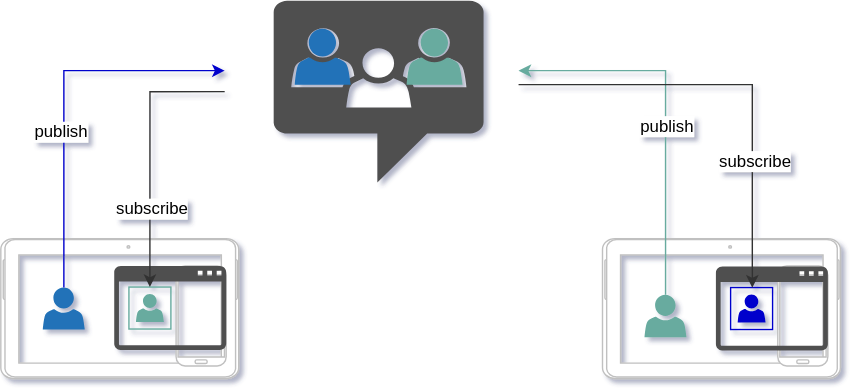
Before: src/assets/apirtc_conversation_subscribe.svg, a diagram exported from draw.io (kmoyse-apizee/apizee). Source tidied: cells renumbered, new cells last; positions are measured from the earlier drawing's top-left corner, leaving out a move shared by most shapes.
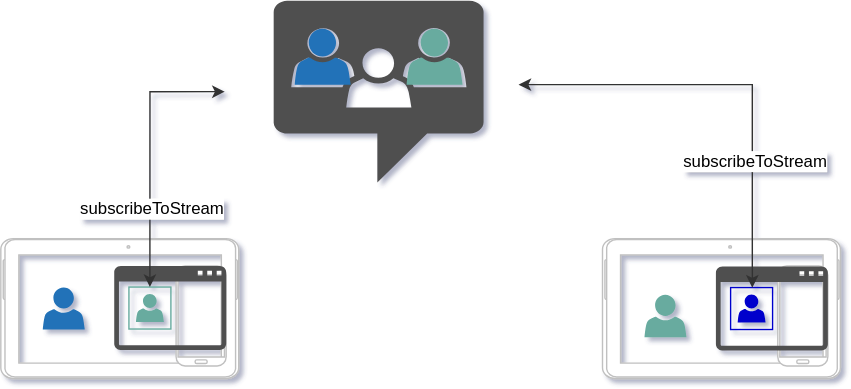
The same file after the commit.

Diff of the diagram source:
```diff
@@ -26,83 +26,58 @@
     <mxCell id="9" style="whiteSpace=wrap;html=1;labelBackgroundColor=none;fontColor=#FFFFFF;strokeColor=#67AB9F;fillColor=none;" parent="6" vertex="1">
       <mxGeometry x="10.5" y="15" width="30" height="30" as="geometry" />
     </mxCell>
-    <mxCell id="10" style="edgeStyle=orthogonalEdgeStyle;rounded=0;jettySize=auto;html=1;strokeColor=#0000CC;" parent="1" edge="1" source="5">
-      <mxGeometry relative="1" as="geometry">
-        <mxPoint x="160" y="50" as="targetPoint" />
-        <Array as="points">
-          <mxPoint x="45" y="50" />
-        </Array>
-      </mxGeometry>
+    <mxCell id="10" style="shadow=0;dashed=0;html=1;strokeColor=none;fillColor=#505050;labelPosition=center;verticalLabelPosition=bottom;verticalAlign=top;align=center;shape=mxgraph.office.communications.chat_room;" parent="1" vertex="1">
+      <mxGeometry x="195" width="150" height="130" as="geometry" />
     </mxCell>
-    <mxCell id="11" value="&lt;span style=&quot;font-size: 12px&quot;&gt;publish&lt;/span&gt;" style="edgeLabel;html=1;align=center;verticalAlign=middle;" parent="10" vertex="1">
-      <mxGeometry x="-0.17" y="3" relative="1" as="geometry" />
+    <mxCell id="11" style="shadow=0;dashed=0;html=1;strokeColor=none;labelPosition=center;verticalLabelPosition=bottom;verticalAlign=top;align=center;shape=mxgraph.office.users.user;fillColor=#2072B8;" parent="1" vertex="1">
+      <mxGeometry x="210" y="20" width="40" height="40" as="geometry" />
     </mxCell>
-    <mxCell id="12" style="shadow=0;dashed=0;html=1;strokeColor=none;fillColor=#505050;labelPosition=center;verticalLabelPosition=bottom;verticalAlign=top;align=center;shape=mxgraph.office.communications.chat_room;" parent="1" vertex="1">
-      <mxGeometry x="195" width="150" height="130" as="geometry" />
+    <mxCell id="12" style="shadow=0;dashed=0;html=1;strokeColor=none;labelPosition=center;verticalLabelPosition=bottom;verticalAlign=top;align=center;shape=mxgraph.office.users.user;fillColor=#67AB9F;" parent="1" vertex="1">
+      <mxGeometry x="290" y="20" width="40" height="40" as="geometry" />
     </mxCell>
-    <mxCell id="13" style="shadow=0;dashed=0;html=1;strokeColor=none;labelPosition=center;verticalLabelPosition=bottom;verticalAlign=top;align=center;shape=mxgraph.office.users.user;fillColor=#2072B8;" parent="1" vertex="1">
-      <mxGeometry x="210" y="20" width="40" height="40" as="geometry" />
+    <mxCell id="13" style="edgeStyle=orthogonalEdgeStyle;rounded=0;jettySize=auto;html=1;strokeColor=#333333;entryX=0.5;entryY=0;entryDx=0;entryDy=0;startArrow=classic;startFill=1;" parent="1" edge="1" target="9">
+      <mxGeometry relative="1" as="geometry">
+        <mxPoint x="160" y="65" as="sourcePoint" />
+        <Array as="points">
+          <mxPoint x="107" y="65" />
+        </Array>
+      </mxGeometry>
     </mxCell>
-    <mxCell id="14" style="shadow=0;dashed=0;html=1;strokeColor=none;labelPosition=center;verticalLabelPosition=bottom;verticalAlign=top;align=center;shape=mxgraph.office.users.user;fillColor=#67AB9F;" parent="1" vertex="1">
-      <mxGeometry x="290" y="20" width="40" height="40" as="geometry" />
+    <mxCell id="14" value="&lt;font style=&quot;font-size: 12px&quot;&gt;subscribeToStream&lt;/font&gt;" style="edgeLabel;html=1;align=center;verticalAlign=middle;" parent="13" vertex="1">
+      <mxGeometry x="0.42" y="1" relative="1" as="geometry" />
     </mxCell>
-    <mxCell id="15" style="edgeStyle=orthogonalEdgeStyle;rounded=0;jettySize=auto;html=1;strokeColor=#333333;entryX=0.5;entryY=0;entryDx=0;entryDy=0;" parent="1" edge="1" target="9">
-      <mxGeometry relative="1" as="geometry">
-        <mxPoint x="160" y="65" as="sourcePoint" />
-        <Array as="points">
-          <mxPoint x="107" y="65" />
-        </Array>
-      </mxGeometry>
+    <mxCell id="15" style="group;" parent="1" vertex="1">
+      <mxGeometry x="430" y="170" width="170" height="100" as="geometry" />
     </mxCell>
-    <mxCell id="16" value="&lt;font style=&quot;font-size: 12px&quot;&gt;subscribe&lt;/font&gt;" style="edgeLabel;html=1;align=center;verticalAlign=middle;" parent="15" vertex="1">
-      <mxGeometry x="0.42" y="1" relative="1" as="geometry" />
+    <mxCell id="16" style="verticalLabelPosition=bottom;verticalAlign=top;html=1;shadow=0;dashed=0;strokeWidth=1;shape=mxgraph.android.tab2;strokeColor=#c0c0c0;direction=north;" parent="15" vertex="1">
+      <mxGeometry width="170" height="100" as="geometry" />
     </mxCell>
-    <mxCell id="17" style="group;" parent="1" vertex="1">
-      <mxGeometry x="430" y="170" width="170" height="100" as="geometry" />
+    <mxCell id="17" style="verticalLabelPosition=bottom;verticalAlign=top;html=1;shadow=0;dashed=0;strokeWidth=1;shape=mxgraph.android.phone2;strokeColor=#c0c0c0;" parent="15" vertex="1">
+      <mxGeometry x="125.3" y="19.6" width="35.8" height="71.4" as="geometry" />
     </mxCell>
-    <mxCell id="18" style="verticalLabelPosition=bottom;verticalAlign=top;html=1;shadow=0;dashed=0;strokeWidth=1;shape=mxgraph.android.tab2;strokeColor=#c0c0c0;direction=north;" parent="17" vertex="1">
-      <mxGeometry width="170" height="100" as="geometry" />
+    <mxCell id="18" style="shadow=0;dashed=0;html=1;strokeColor=none;labelPosition=center;verticalLabelPosition=bottom;verticalAlign=top;align=center;shape=mxgraph.office.users.user;fillColor=#67AB9F;" parent="15" vertex="1">
+      <mxGeometry x="30" y="40.2" width="30" height="30.4" as="geometry" />
     </mxCell>
-    <mxCell id="19" style="verticalLabelPosition=bottom;verticalAlign=top;html=1;shadow=0;dashed=0;strokeWidth=1;shape=mxgraph.android.phone2;strokeColor=#c0c0c0;" parent="17" vertex="1">
-      <mxGeometry x="125.3" y="19.6" width="35.8" height="71.4" as="geometry" />
+    <mxCell id="19" style="shadow=0;dashed=0;html=1;strokeColor=none;fillColor=#505050;labelPosition=center;verticalLabelPosition=bottom;verticalAlign=top;align=center;shape=mxgraph.office.concepts.application_generic;labelBackgroundColor=none;fontColor=#FFFFFF;" parent="15" vertex="1">
+      <mxGeometry x="81" y="20" width="80" height="60" as="geometry" />
     </mxCell>
-    <mxCell id="20" style="shadow=0;dashed=0;html=1;strokeColor=none;labelPosition=center;verticalLabelPosition=bottom;verticalAlign=top;align=center;shape=mxgraph.office.users.user;fillColor=#67AB9F;" parent="17" vertex="1">
-      <mxGeometry x="30" y="40.2" width="30" height="30.4" as="geometry" />
+    <mxCell id="20" style="shadow=0;dashed=0;html=1;strokeColor=none;labelPosition=center;verticalLabelPosition=bottom;verticalAlign=top;align=center;shape=mxgraph.office.users.user;fillColor=#0000CC;" parent="15" vertex="1">
+      <mxGeometry x="96.5" y="40" width="20" height="20" as="geometry" />
     </mxCell>
-    <mxCell id="21" style="shadow=0;dashed=0;html=1;strokeColor=none;fillColor=#505050;labelPosition=center;verticalLabelPosition=bottom;verticalAlign=top;outlineConnect=0;align=center;shape=mxgraph.office.concepts.application_generic;labelBackgroundColor=none;fontColor=#FFFFFF;" parent="17" vertex="1">
-      <mxGeometry x="81" y="20" width="80" height="60" as="geometry" />
+    <mxCell id="21" style="whiteSpace=wrap;html=1;labelBackgroundColor=none;fontColor=#FFFFFF;fillColor=none;strokeColor=#0000CC;" parent="15" vertex="1">
+      <mxGeometry x="91.5" y="35" width="30" height="30" as="geometry" />
     </mxCell>
-    <mxCell id="22" style="shadow=0;dashed=0;html=1;strokeColor=none;labelPosition=center;verticalLabelPosition=bottom;verticalAlign=top;align=center;shape=mxgraph.office.users.user;fillColor=#0000CC;" parent="17" vertex="1">
-      <mxGeometry x="96.5" y="40" width="20" height="20" as="geometry" />
+    <mxCell id="22" style="edgeStyle=orthogonalEdgeStyle;rounded=0;jettySize=auto;html=1;strokeColor=#333333;entryX=0.5;entryY=0;entryDx=0;entryDy=0;startArrow=classic;startFill=1;" parent="1" edge="1" target="21">
+      <mxGeometry relative="1" as="geometry">
+        <mxPoint x="370" y="60" as="sourcePoint" />
+        <Array as="points">
+          <mxPoint x="537" y="60" />
+          <mxPoint x="537" y="205" />
+        </Array>
+      </mxGeometry>
     </mxCell>
-    <mxCell id="23" style="whiteSpace=wrap;html=1;labelBackgroundColor=none;fontColor=#FFFFFF;fillColor=none;strokeColor=#0000CC;" parent="17" vertex="1">
-      <mxGeometry x="91.5" y="35" width="30" height="30" as="geometry" />
+    <mxCell id="23" value="&lt;span style=&quot;font-size: 12px&quot;&gt;subscribeToStream&lt;/span&gt;" style="edgeLabel;html=1;align=center;verticalAlign=middle;points=[];" parent="22" vertex="1">
+      <mxGeometry x="0.42" y="1" relative="1" as="geometry" />
     </mxCell>
-    <mxCell id="24" style="edgeStyle=orthogonalEdgeStyle;rounded=0;orthogonalLoop=1;jettySize=auto;html=1;strokeColor=#67AB9F;" parent="1" edge="1">
-      <mxGeometry relative="1" as="geometry">
-        <mxPoint x="475.1" y="210.2" as="sourcePoint" />
-        <mxPoint x="370" y="50" as="targetPoint" />
-        <Array as="points">
-          <mxPoint x="475" y="50" />
-        </Array>
-      </mxGeometry>
-    </mxCell>
-    <mxCell id="25" value="&lt;span style=&quot;font-size: 12px&quot;&gt;publish&lt;/span&gt;" style="edgeLabel;html=1;align=center;verticalAlign=middle;" parent="24" vertex="1">
-      <mxGeometry x="-0.09" y="1" relative="1" as="geometry">
-        <mxPoint x="1" as="offset" />
-      </mxGeometry>
-    </mxCell>
-    <mxCell id="26" style="edgeStyle=orthogonalEdgeStyle;rounded=0;jettySize=auto;html=1;strokeColor=#333333;entryX=0.5;entryY=0;entryDx=0;entryDy=0;" parent="1" edge="1" target="23">
-      <mxGeometry relative="1" as="geometry">
-        <mxPoint x="370" y="60" as="sourcePoint" />
-        <Array as="points">
-          <mxPoint x="537" y="60" />
-          <mxPoint x="537" y="205" />
-        </Array>
-      </mxGeometry>
-    </mxCell>
-    <mxCell id="27" value="&lt;font style=&quot;font-size: 12px&quot;&gt;subscribe&lt;/font&gt;" style="edgeLabel;html=1;align=center;verticalAlign=middle;" parent="26" vertex="1">
-      <mxGeometry x="0.42" y="1" relative="1" as="geometry" />
-    </mxCell>
   </root>
 </mxGraphModel>
```
